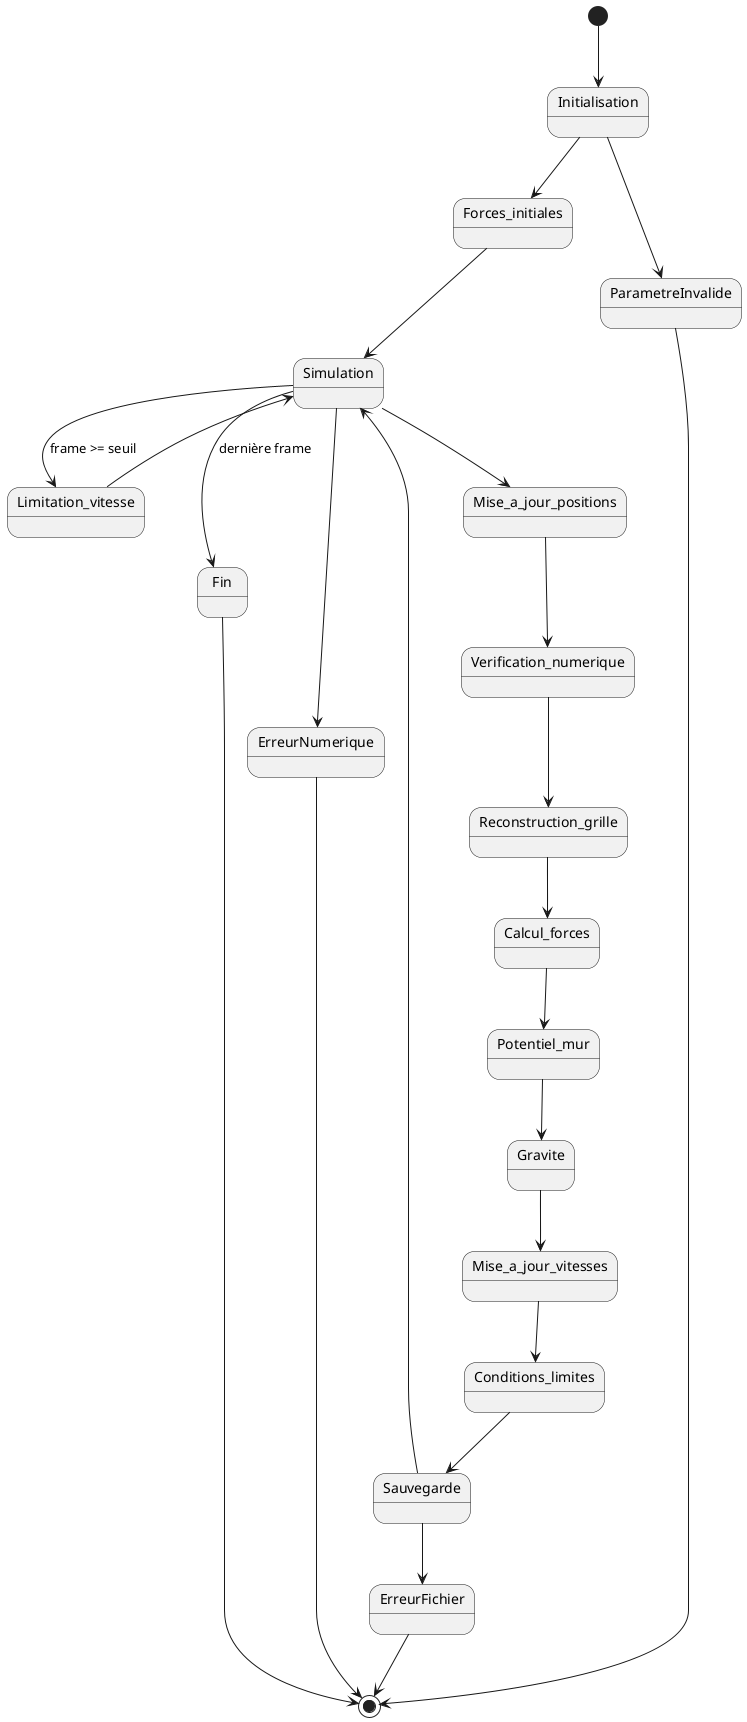
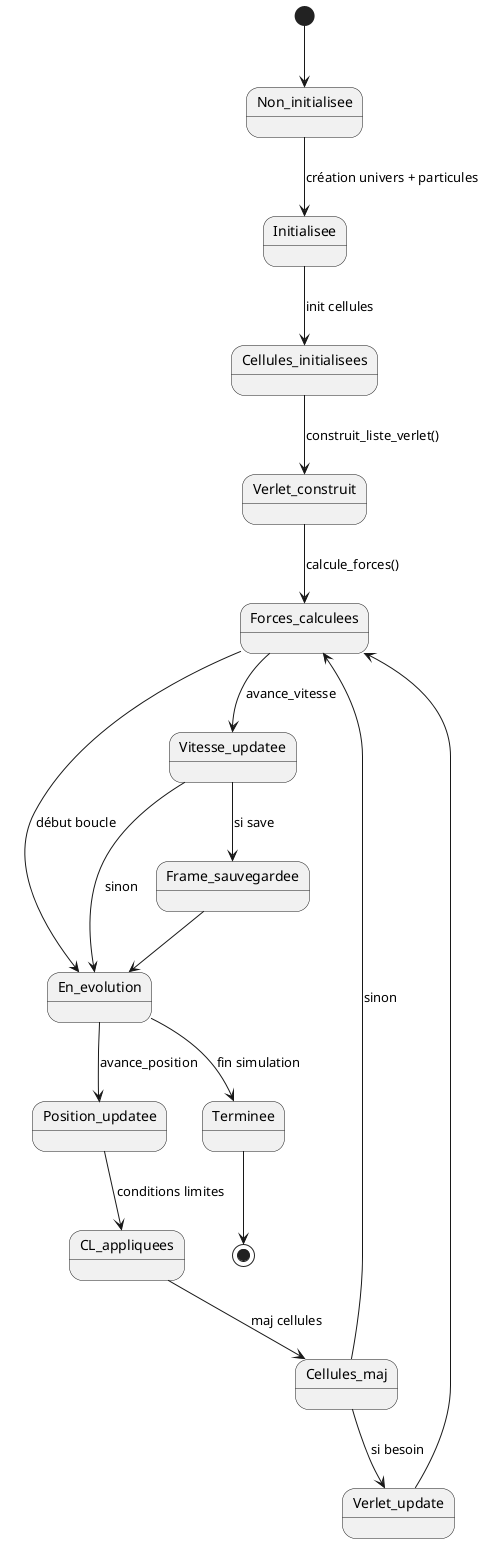
@startuml

- [*] --> Initialisation
+ [*] --> Non_initialisee

- Initialisation --> Forces_initiales
- Forces_initiales --> Simulation
+ Non_initialisee --> Initialisee : création univers + particules

- Simulation --> Mise_a_jour_positions
- Mise_a_jour_positions --> Verification_numerique
+ Initialisee --> Cellules_initialisees : init cellules
+ Cellules_initialisees --> Verlet_construit : construit_liste_verlet()

- Verification_numerique --> Reconstruction_grille
- Reconstruction_grille --> Calcul_forces
+ Verlet_construit --> Forces_calculees : calcule_forces()

- Calcul_forces --> Potentiel_mur
- Potentiel_mur --> Gravite
- Gravite --> Mise_a_jour_vitesses
+ Forces_calculees --> En_evolution : début boucle

- Mise_a_jour_vitesses --> Conditions_limites
- Conditions_limites --> Sauvegarde
+ En_evolution --> Position_updatee : avance_position
+ Position_updatee --> CL_appliquees : conditions limites
+ CL_appliquees --> Cellules_maj : maj cellules

- Sauvegarde --> Simulation
+ Cellules_maj --> Verlet_update : si besoin
+ Cellules_maj --> Forces_calculees : sinon

- Simulation --> Limitation_vitesse : frame >= seuil
- Limitation_vitesse --> Simulation
+ Verlet_update --> Forces_calculees

- Simulation --> Fin : dernière frame
+ Forces_calculees --> Vitesse_updatee : avance_vitesse

- Initialisation --> ParametreInvalide
- Simulation --> ErreurNumerique
- Sauvegarde --> ErreurFichier
+ Vitesse_updatee --> Frame_sauvegardee : si save
+ Vitesse_updatee --> En_evolution : sinon

- ParametreInvalide --> [*]
- ErreurNumerique --> [*]
- ErreurFichier --> [*]
+ Frame_sauvegardee --> En_evolution

- Fin --> [*]
+ En_evolution --> Terminee : fin simulation
+ 
+ Terminee --> [*]

@enduml